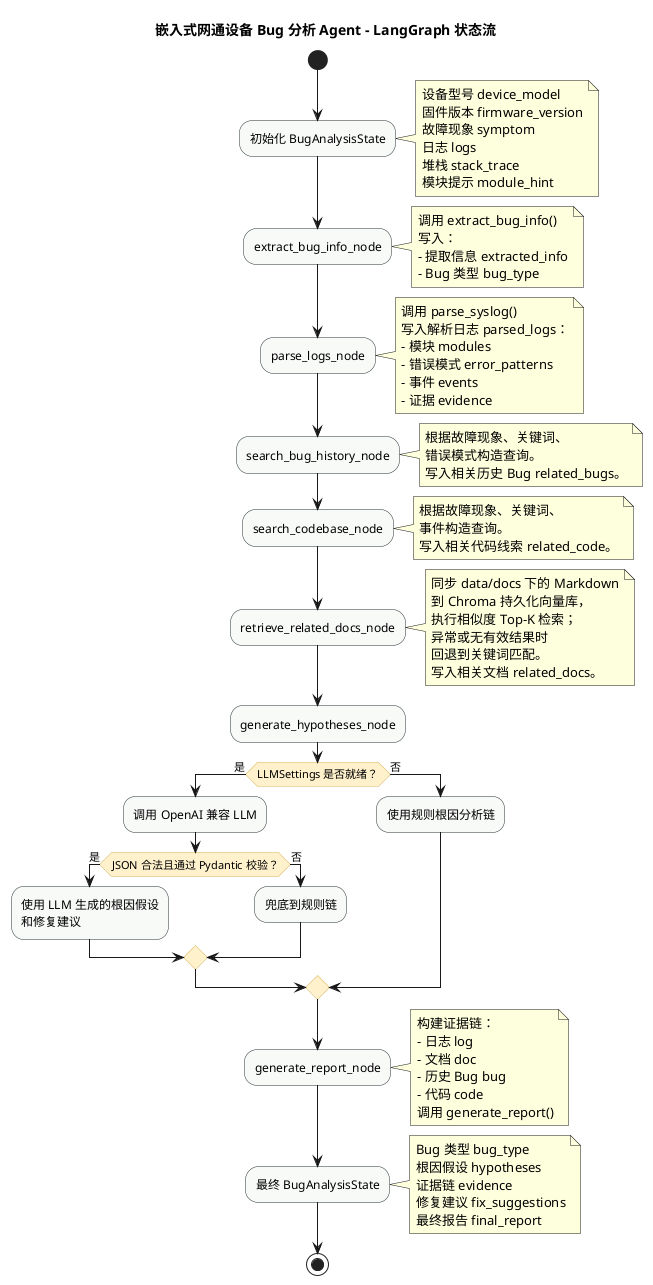
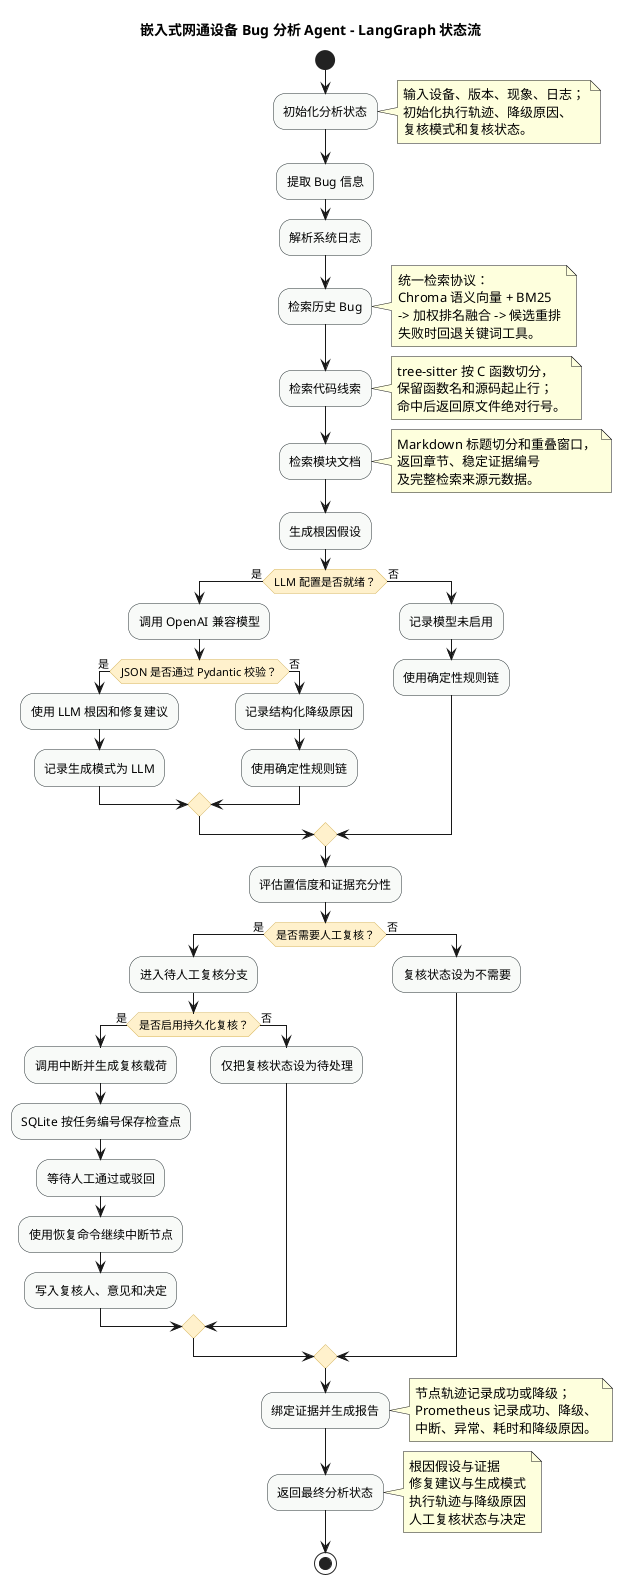
@startuml
title 嵌入式网通设备 Bug 分析 Agent - LangGraph 状态流

skinparam shadowing false
skinparam activity {
  BackgroundColor #F8FAF8
  BorderColor #263033
  DiamondBackgroundColor #FFF1CC
  DiamondBorderColor #D6B45A
}

start
- 
- :初始化 BugAnalysisState;
+ :初始化分析状态;
note right
- 设备型号 device_model
- 固件版本 firmware_version
- 故障现象 symptom
- 日志 logs
- 堆栈 stack_trace
- 模块提示 module_hint
+ 输入设备、版本、现象、日志；
+ 初始化执行轨迹、降级原因、
+ 复核模式和复核状态。
end note

- :extract_bug_info_node;
+ :提取 Bug 信息;
+ :解析系统日志;
+ 
+ :检索历史 Bug;
note right
- 调用 extract_bug_info()
- 写入：
- - 提取信息 extracted_info
- - Bug 类型 bug_type
+ 统一检索协议：
+ Chroma 语义向量 + BM25
+ -> 加权排名融合 -> 候选重排
+ 失败时回退关键词工具。
end note

- :parse_logs_node;
+ :检索代码线索;
note right
- 调用 parse_syslog()
- 写入解析日志 parsed_logs：
- - 模块 modules
- - 错误模式 error_patterns
- - 事件 events
- - 证据 evidence
+ tree-sitter 按 C 函数切分，
+ 保留函数名和源码起止行；
+ 命中后返回原文件绝对行号。
end note

- :search_bug_history_node;
+ :检索模块文档;
note right
- 根据故障现象、关键词、
- 错误模式构造查询。
- 写入相关历史 Bug related_bugs。
+ Markdown 标题切分和重叠窗口，
+ 返回章节、稳定证据编号
+ 及完整检索来源元数据。
end note

- :search_codebase_node;
+ :生成根因假设;
+ if (LLM 配置是否就绪？) then (是)
+   :调用 OpenAI 兼容模型;
+   if (JSON 是否通过 Pydantic 校验？) then (是)
+     :使用 LLM 根因和修复建议;
+     :记录生成模式为 LLM;
+   else (否)
+     :记录结构化降级原因;
+     :使用确定性规则链;
+   endif
+ else (否)
+   :记录模型未启用;
+   :使用确定性规则链;
+ endif
+ 
+ :评估置信度和证据充分性;
+ if (是否需要人工复核？) then (是)
+   :进入待人工复核分支;
+   if (是否启用持久化复核？) then (是)
+     :调用中断并生成复核载荷;
+     :SQLite 按任务编号保存检查点;
+     :等待人工通过或驳回;
+     :使用恢复命令继续中断节点;
+     :写入复核人、意见和决定;
+   else (否)
+     :仅把复核状态设为待处理;
+   endif
+ else (否)
+   :复核状态设为不需要;
+ endif
+ 
+ :绑定证据并生成报告;
note right
- 根据故障现象、关键词、
- 事件构造查询。
- 写入相关代码线索 related_code。
+ 节点轨迹记录成功或降级；
+ Prometheus 记录成功、降级、
+ 中断、异常、耗时和降级原因。
end note

- :retrieve_related_docs_node;
+ :返回最终分析状态;
note right
- 同步 data/docs 下的 Markdown
- 到 Chroma 持久化向量库，
- 执行相似度 Top-K 检索；
- 异常或无有效结果时
- 回退到关键词匹配。
- 写入相关文档 related_docs。
+ 根因假设与证据
+ 修复建议与生成模式
+ 执行轨迹与降级原因
+ 人工复核状态与决定
end note
- 
- :generate_hypotheses_node;
- if (LLMSettings 是否就绪？) then (是)
-   :调用 OpenAI 兼容 LLM;
-   if (JSON 合法且通过 Pydantic 校验？) then (是)
-     :使用 LLM 生成的根因假设\n和修复建议;
-   else (否)
-     :兜底到规则链;
-   endif
- else (否)
-   :使用规则根因分析链;
- endif
- 
- :generate_report_node;
- note right
- 构建证据链：
- - 日志 log
- - 文档 doc
- - 历史 Bug bug
- - 代码 code
- 调用 generate_report()
- end note
- 
- :最终 BugAnalysisState;
- note right
- Bug 类型 bug_type
- 根因假设 hypotheses
- 证据链 evidence
- 修复建议 fix_suggestions
- 最终报告 final_report
- end note
- 
stop
- 
@enduml
